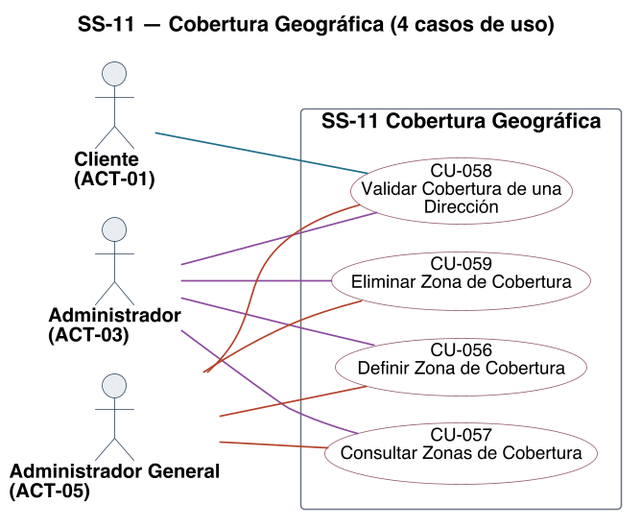
Earlier version of the PlantUML export diagramas/uml/CU_SS-11_Cobertura-Geografica.png (Nahuelito-Dev/splg-docs). The source it was exported from:
```plantuml
@startuml
title SS-11 — Cobertura Geográfica (4 casos de uso)
left to right direction
skinparam backgroundColor #FFFFFF
skinparam shadowing false
skinparam defaultFontName Helvetica
skinparam defaultFontSize 13
skinparam dpi 150
skinparam ArrowColor #2C4257
skinparam ArrowThickness 1.1
skinparam actor {
  BorderColor #2C4257
  BackgroundColor #E8EDF2
  FontSize 13
  FontStyle bold
}
skinparam usecase {
  BorderColor #2C4257
  BackgroundColor #FFFFFF
  FontSize 12
}
skinparam rectangle {
  BorderColor #6B7683
  FontSize 14
  FontStyle bold
}

skinparam nodesep 18
skinparam ranksep 70
skinparam usecase {
  BorderColor<<pendiente>> #9C4436
  BackgroundColor<<pendiente>> #F6E4E1
  BorderColor<<factorizado>> #6B7683
  BackgroundColor<<factorizado>> #F2F4F6
}

actor "Cliente\n(ACT-01)" as A01
actor "Administrador\n(ACT-03)" as A03
actor "Administrador General\n(ACT-05)" as A05

rectangle "SS-11 Cobertura Geográfica" {
  usecase "CU-056\nDefinir Zona de Cobertura" as U056 #back:FFFFFF;line:8E5566
  usecase "CU-057\nConsultar Zonas de Cobertura" as U057 #back:FFFFFF;line:8E5566
  usecase "CU-058\nValidar Cobertura de una\nDirección" as U058 #back:FFFFFF;line:8E5566
  usecase "CU-059\nEliminar Zona de Cobertura" as U059 #back:FFFFFF;line:8E5566
}

A01 -[#1F6F8B]- U058
A03 -[#8C4A9E]- U056
A03 -[#8C4A9E]- U057
A03 -[#8C4A9E]- U058
A03 -[#8C4A9E]- U059
A05 -[#B4432B]- U056
A05 -[#B4432B]- U057
A05 -[#B4432B]- U058
A05 -[#B4432B]- U059

@enduml
```
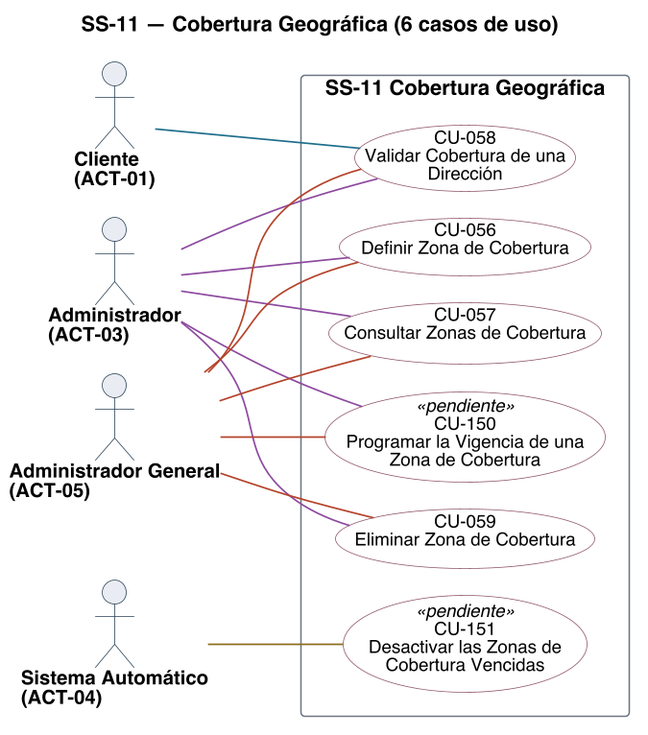
After the change.

What changed in the source:
```diff
@@ -1,5 +1,5 @@
 @startuml
-title SS-11 — Cobertura Geográfica (4 casos de uso)
+title SS-11 — Cobertura Geográfica (6 casos de uso)
 left to right direction
 skinparam backgroundColor #FFFFFF
 skinparam shadowing false
@@ -36,6 +36,7 @@
 
 actor "Cliente\n(ACT-01)" as A01
 actor "Administrador\n(ACT-03)" as A03
+actor "Sistema Automático\n(ACT-04)" as A04
 actor "Administrador General\n(ACT-05)" as A05
 
 rectangle "SS-11 Cobertura Geográfica" {
@@ -43,6 +44,8 @@
   usecase "CU-057\nConsultar Zonas de Cobertura" as U057 #back:FFFFFF;line:8E5566
   usecase "CU-058\nValidar Cobertura de una\nDirección" as U058 #back:FFFFFF;line:8E5566
   usecase "CU-059\nEliminar Zona de Cobertura" as U059 #back:FFFFFF;line:8E5566
+  usecase "CU-150\nProgramar la Vigencia de una\nZona de Cobertura" as U150 <<pendiente>> #back:FFFFFF;line:8E5566
+  usecase "CU-151\nDesactivar las Zonas de\nCobertura Vencidas" as U151 <<pendiente>> #back:FFFFFF;line:8E5566
 }
 
 A01 -[#1F6F8B]- U058
@@ -50,9 +53,12 @@
 A03 -[#8C4A9E]- U057
 A03 -[#8C4A9E]- U058
 A03 -[#8C4A9E]- U059
+A03 -[#8C4A9E]- U150
+A04 -[#8A6D1F]- U151
 A05 -[#B4432B]- U056
 A05 -[#B4432B]- U057
 A05 -[#B4432B]- U058
 A05 -[#B4432B]- U059
+A05 -[#B4432B]- U150
 
 @enduml
```
